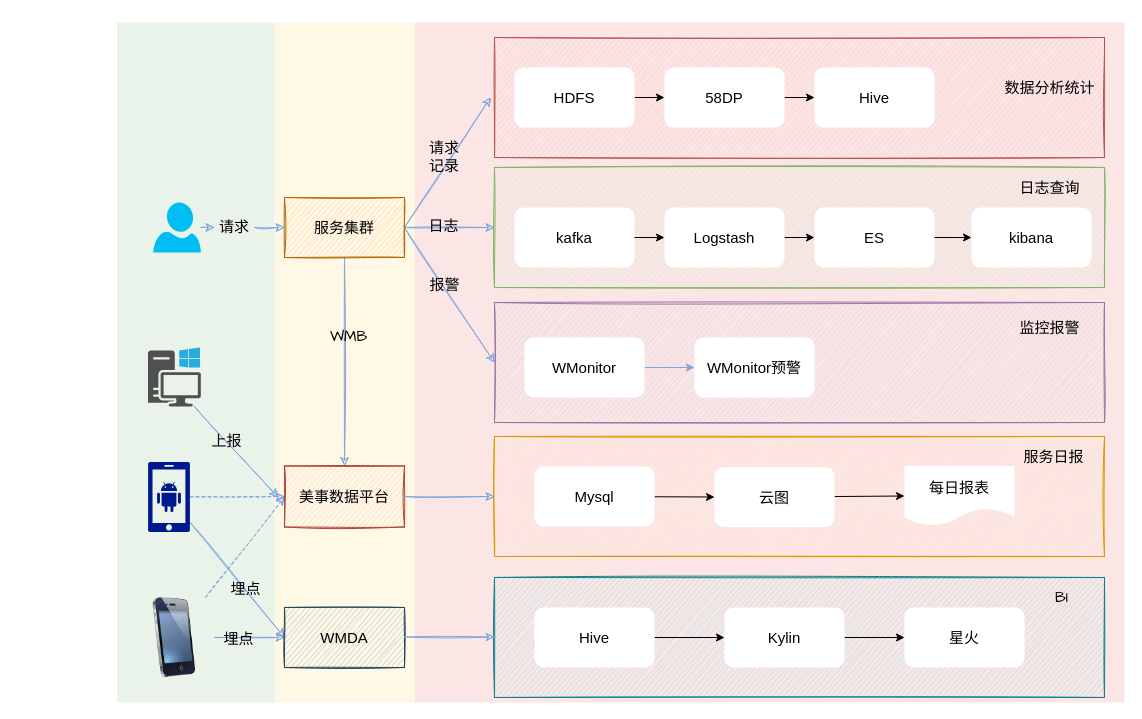
This is page "Page-2" (2 of 11) of shuzhi.drawio from nullbull/uml, a draw.io file, before an edit. Source tidied: cells renumbered, new cells numbered last; positions are measured from the earlier drawing's top-left corner, leaving out a move shared by most shapes. Both pictures are drawn from the tidied source at 100%, with x=0, y=0 at pixel (117, 22).
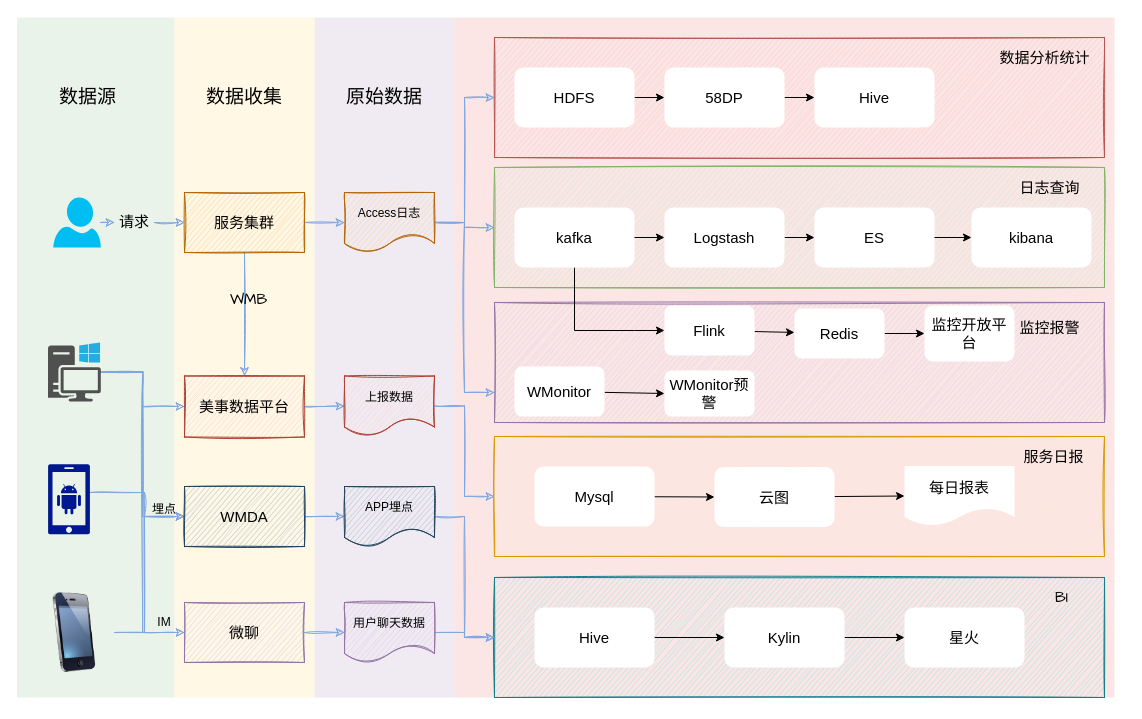
The same page after the edit.

Unchanged cells that the change refers to:
```xml
<mxCell id="5" style="rounded=0;whiteSpace=wrap;html=1;sketch=1;fillColor=#ffe6cc;strokeColor=#d79b00;fontSize=15;" parent="1" vertex="1">
  <mxGeometry x="377" y="414" width="610" height="120" as="geometry" />
</mxCell>
<mxCell id="6" style="rounded=0;whiteSpace=wrap;html=1;sketch=1;fillColor=#e1d5e7;strokeColor=#9673a6;fontSize=15;" parent="1" vertex="1">
  <mxGeometry x="377" y="280" width="610" height="120" as="geometry" />
</mxCell>
<mxCell id="7" style="rounded=0;whiteSpace=wrap;html=1;sketch=1;fillColor=#d5e8d4;strokeColor=#82b366;fontSize=15;" parent="1" vertex="1">
  <mxGeometry x="377" y="145" width="610" height="120" as="geometry" />
</mxCell>
<mxCell id="8" style="rounded=0;whiteSpace=wrap;html=1;sketch=1;strokeColor=#b85450;fillColor=#f8cecc;fontSize=15;" parent="1" vertex="1">
  <mxGeometry x="377" y="15" width="610" height="120" as="geometry" />
</mxCell>
<mxCell id="17" value="kafka" style="rounded=1;whiteSpace=wrap;html=1;fontSize=15;strokeColor=none;" parent="1" vertex="1">
  <mxGeometry x="397" y="185" width="120" height="60" as="geometry" />
</mxCell>
<mxCell id="52" style="rounded=0;whiteSpace=wrap;html=1;sketch=1;fillColor=#b0e3e6;strokeColor=#0e8088;fontSize=15;" parent="1" vertex="1">
  <mxGeometry x="377" y="555" width="610" height="120" as="geometry" />
</mxCell>
```

The edit, as a diff of the source:
```diff
@@
+    <mxCell id="68" style="rounded=0;whiteSpace=wrap;html=1;shadow=0;glass=0;sketch=0;fontFamily=Comic Sans MS;fontSize=15;fillColor=#e1d5e7;opacity=50;strokeColor=none;" parent="1" vertex="1">
+      <mxGeometry x="197" y="-5" width="140" height="680" as="geometry" />
+    </mxCell>
     <mxCell id="2" style="rounded=0;whiteSpace=wrap;html=1;shadow=0;glass=0;sketch=0;fontFamily=Comic Sans MS;fontSize=15;fillColor=#f8cecc;opacity=50;strokeColor=none;" parent="1" vertex="1">
-      <mxGeometry x="297" width="710" height="680" as="geometry" />
+      <mxGeometry x="337" y="-5" width="660" height="680" as="geometry" />
     </mxCell>
     <mxCell id="3" style="rounded=0;whiteSpace=wrap;html=1;shadow=0;glass=0;sketch=0;fontFamily=Comic Sans MS;fontSize=15;fillColor=#fff2cc;opacity=50;strokeColor=none;" parent="1" vertex="1">
-      <mxGeometry x="157" width="140" height="680" as="geometry" />
+      <mxGeometry x="57" y="-5" width="140" height="680" as="geometry" />
     </mxCell>
     <mxCell id="4" style="rounded=0;whiteSpace=wrap;html=1;shadow=0;glass=0;sketch=0;fontFamily=Comic Sans MS;fontSize=15;fillColor=#d5e8d4;opacity=50;strokeWidth=1;strokeColor=none;" parent="1" vertex="1">
-      <mxGeometry x="-0.5" width="157.5" height="680" as="geometry" />
+      <mxGeometry x="-100.5" y="-5" width="157.5" height="680" as="geometry" />
     </mxCell>
@@
-    <mxCell id="9" style="rounded=0;jettySize=auto;html=1;exitX=1;exitY=0.5;exitDx=0;exitDy=0;fontSize=15;sketch=1;strokeColor=#7EA6E0;" parent="1" edge="1" source="16">
-      <mxGeometry x="1" y="-254" relative="1" as="geometry">
-        <mxPoint x="373" y="75" as="targetPoint" />
-        <mxPoint x="12" y="-260" as="offset" />
-      </mxGeometry>
-    </mxCell>
-    <mxCell id="10" style="edgeStyle=none;rounded=0;jettySize=auto;html=1;exitX=1;exitY=0.5;exitDx=0;exitDy=0;entryX=0;entryY=0.5;entryDx=0;entryDy=0;fontSize=15;sketch=1;strokeColor=#7EA6E0;" parent="1" edge="1" source="16" target="7">
-      <mxGeometry relative="1" as="geometry" />
-    </mxCell>
-    <mxCell id="11" value="日志" style="edgeLabel;html=1;align=center;verticalAlign=middle;fontSize=15;labelBackgroundColor=none;" parent="10" vertex="1">
-      <mxGeometry x="-0.15" y="-2" relative="1" as="geometry">
-        <mxPoint y="-4.1" as="offset" />
-      </mxGeometry>
-    </mxCell>
-    <mxCell id="12" style="edgeStyle=none;rounded=0;jettySize=auto;html=1;exitX=1;exitY=0.5;exitDx=0;exitDy=0;entryX=0;entryY=0.5;entryDx=0;entryDy=0;fontSize=15;sketch=1;strokeColor=#7EA6E0;" parent="1" edge="1" source="16" target="6">
-      <mxGeometry relative="1" as="geometry" />
-    </mxCell>
-    <mxCell id="13" value="报警" style="edgeLabel;html=1;align=center;verticalAlign=middle;fontSize=15;labelBackgroundColor=none;" parent="12" vertex="1">
-      <mxGeometry x="-0.15" y="1" relative="1" as="geometry" />
-    </mxCell>
@@
+    <mxCell id="69" style="edgeStyle=orthogonalEdgeStyle;rounded=0;jettySize=auto;html=1;sketch=1;strokeColor=#7EA6E0;" parent="1" edge="1" source="16" target="79">
+      <mxGeometry relative="1" as="geometry" />
+    </mxCell>
     <mxCell id="16" value="服务集群" style="rounded=0;whiteSpace=wrap;html=1;sketch=1;shadow=0;fontSize=15;fillColor=#fad7ac;strokeColor=#b46504;" parent="1" vertex="1">
-      <mxGeometry x="167" y="175" width="120" height="60" as="geometry" />
+      <mxGeometry x="67" y="170" width="120" height="60" as="geometry" />
     </mxCell>
+    <mxCell id="70" style="rounded=0;sketch=0;jettySize=auto;html=1;entryX=0;entryY=0.5;entryDx=0;entryDy=0;exitX=0.5;exitY=1;exitDx=0;exitDy=0;" parent="1" edge="1" source="17" target="91">
+      <mxGeometry relative="1" as="geometry">
+        <Array as="points">
+          <mxPoint x="457" y="308" />
+          <mxPoint x="517" y="308" />
+        </Array>
+      </mxGeometry>
+    </mxCell>
@@
-    <mxCell id="20" style="edgeStyle=none;rounded=0;sketch=0;jettySize=auto;html=1;entryX=0;entryY=0.5;entryDx=0;entryDy=0;strokeColor=#7EA6E0;fontFamily=Comic Sans MS;fontSize=15;" parent="1" edge="1" source="21" target="27">
+    <mxCell id="20" style="edgeStyle=none;rounded=0;sketch=0;jettySize=auto;html=1;entryX=0;entryY=0.5;entryDx=0;entryDy=0;fontFamily=Comic Sans MS;fontSize=15;" parent="1" edge="1" source="21" target="27">
       <mxGeometry relative="1" as="geometry" />
     </mxCell>
     <mxCell id="21" value="WMonitor" style="rounded=1;whiteSpace=wrap;html=1;fontSize=15;strokeColor=none;" parent="1" vertex="1">
-      <mxGeometry x="407" y="315" width="120" height="60" as="geometry" />
+      <mxGeometry x="397" y="344" width="90" height="50" as="geometry" />
     </mxCell>
@@
     <mxCell id="27" value="WMonitor预警" style="rounded=1;whiteSpace=wrap;html=1;fontSize=15;strokeColor=none;" parent="1" vertex="1">
-      <mxGeometry x="577" y="315" width="120" height="60" as="geometry" />
+      <mxGeometry x="547" y="348" width="90" height="46" as="geometry" />
     </mxCell>
     <mxCell id="28" value="&lt;span style=&quot;font-size: 15px;&quot;&gt;数据分析统计&lt;/span&gt;" style="text;html=1;align=center;verticalAlign=middle;fontSize=15;" parent="1" vertex="1">
-      <mxGeometry x="877" y="55" width="110" height="20" as="geometry" />
+      <mxGeometry x="872" y="25" width="110" height="20" as="geometry" />
     </mxCell>
@@
     <mxCell id="32" style="verticalLabelPosition=bottom;html=1;verticalAlign=top;align=center;strokeColor=none;fillColor=#00BEF2;shape=mxgraph.azure.user;sketch=0;fontSize=15;" parent="1" vertex="1">
-      <mxGeometry x="35.8" y="180" width="47.5" height="50" as="geometry" />
+      <mxGeometry x="-64.2" y="175" width="47.5" height="50" as="geometry" />
     </mxCell>
@@
+    <mxCell id="71" style="edgeStyle=orthogonalEdgeStyle;rounded=0;sketch=1;jettySize=auto;html=1;entryX=0;entryY=0.5;entryDx=0;entryDy=0;strokeColor=#7EA6E0;" parent="1" edge="1" source="37" target="47">
+      <mxGeometry relative="1" as="geometry" />
+    </mxCell>
+    <mxCell id="72" style="edgeStyle=orthogonalEdgeStyle;rounded=0;sketch=1;jettySize=auto;html=1;entryX=0;entryY=0.5;entryDx=0;entryDy=0;strokeColor=#7EA6E0;" parent="1" edge="1" source="37" target="81">
+      <mxGeometry relative="1" as="geometry" />
+    </mxCell>
+    <mxCell id="73" style="edgeStyle=orthogonalEdgeStyle;rounded=0;sketch=1;jettySize=auto;html=1;entryX=0;entryY=0.5;entryDx=0;entryDy=0;strokeColor=#7EA6E0;" parent="1" edge="1" source="37" target="46">
+      <mxGeometry relative="1" as="geometry" />
+    </mxCell>
     <mxCell id="37" style="shadow=0;dashed=0;html=1;strokeColor=none;fillColor=#505050;labelPosition=center;verticalLabelPosition=bottom;verticalAlign=top;outlineConnect=0;align=center;shape=mxgraph.office.devices.workstation_pc;sketch=0;fontSize=15;" parent="1" vertex="1">
-      <mxGeometry x="30.5" y="325" width="52.8" height="59" as="geometry" />
+      <mxGeometry x="-69.5" y="320" width="52.8" height="59" as="geometry" />
     </mxCell>
-    <mxCell id="38" style="rounded=0;jettySize=auto;html=1;entryX=0;entryY=0.5;entryDx=0;entryDy=0;fontSize=15;sketch=1;strokeColor=#7EA6E0;" parent="1" edge="1" source="41" target="47">
-      <mxGeometry relative="1" as="geometry" />
+    <mxCell id="38" style="edgeStyle=orthogonalEdgeStyle;rounded=0;sketch=1;jettySize=auto;html=1;entryX=0;entryY=0.5;entryDx=0;entryDy=0;strokeColor=#7EA6E0;" parent="1" edge="1" source="41" target="47">
+      <mxGeometry relative="1" as="geometry">
+        <Array as="points">
+          <mxPoint x="27" y="470" />
+          <mxPoint x="27" y="494" />
+        </Array>
+      </mxGeometry>
     </mxCell>
-    <mxCell id="39" value="埋点" style="edgeLabel;html=1;align=center;verticalAlign=middle;fontSize=15;labelBackgroundColor=none;" parent="38" vertex="1">
-      <mxGeometry x="0.16" y="1" relative="1" as="geometry" />
-    </mxCell>
-    <mxCell id="40" style="edgeStyle=none;rounded=0;jettySize=auto;html=1;entryX=0;entryY=0.5;entryDx=0;entryDy=0;dashed=1;fontSize=15;sketch=1;strokeColor=#7EA6E0;" parent="1" edge="1" source="41" target="46">
-      <mxGeometry relative="1" as="geometry" />
-    </mxCell>
     <mxCell id="41" style="shadow=0;dashed=0;html=1;strokeColor=none;labelPosition=center;verticalLabelPosition=bottom;verticalAlign=top;align=center;fillColor=#00188D;shape=mxgraph.mscae.enterprise.android_phone;sketch=0;fontSize=15;" parent="1" vertex="1">
-      <mxGeometry x="30.5" y="439.5" width="42" height="70" as="geometry" />
+      <mxGeometry x="-69.5" y="441.8" width="42" height="70" as="geometry" />
     </mxCell>
-    <mxCell id="42" style="edgeStyle=none;rounded=0;jettySize=auto;html=1;entryX=0;entryY=0.5;entryDx=0;entryDy=0;fontSize=15;sketch=1;strokeColor=#7EA6E0;" parent="1" edge="1" source="45" target="47">
-      <mxGeometry relative="1" as="geometry" />
+    <mxCell id="42" style="edgeStyle=orthogonalEdgeStyle;rounded=0;sketch=1;jettySize=auto;html=1;entryX=0;entryY=0.5;entryDx=0;entryDy=0;strokeColor=#7EA6E0;" parent="1" edge="1" source="45" target="47">
+      <mxGeometry relative="1" as="geometry">
+        <Array as="points">
+          <mxPoint x="27" y="610" />
+          <mxPoint x="27" y="494" />
+        </Array>
+      </mxGeometry>
     </mxCell>
-    <mxCell id="43" value="埋点" style="edgeLabel;html=1;align=center;verticalAlign=middle;fontSize=15;labelBackgroundColor=none;" parent="42" vertex="1">
-      <mxGeometry x="-0.32" y="-2" relative="1" as="geometry">
-        <mxPoint y="-2" as="offset" />
-      </mxGeometry>
-    </mxCell>
-    <mxCell id="44" style="edgeStyle=none;rounded=0;jettySize=auto;html=1;entryX=0;entryY=0.5;entryDx=0;entryDy=0;dashed=1;fontSize=15;sketch=1;strokeColor=#7EA6E0;" parent="1" edge="1" source="45" target="46">
-      <mxGeometry relative="1" as="geometry" />
-    </mxCell>
     <mxCell id="45" style="image;html=1;image=img/lib/clip_art/telecommunication/iPhone_128x128.png;sketch=0;strokeColor=#000000;fontSize=15;" parent="1" vertex="1">
-      <mxGeometry x="16.9" y="575" width="80" height="80" as="geometry" />
+      <mxGeometry x="-83.1" y="570" width="80" height="80" as="geometry" />
     </mxCell>
+    <mxCell id="74" style="edgeStyle=orthogonalEdgeStyle;rounded=0;sketch=1;jettySize=auto;html=1;entryX=0;entryY=0.5;entryDx=0;entryDy=0;strokeColor=#7EA6E0;" parent="1" edge="1" source="46" target="89">
+      <mxGeometry relative="1" as="geometry" />
+    </mxCell>
     <mxCell id="46" value="美事数据平台" style="rounded=0;whiteSpace=wrap;html=1;sketch=1;strokeColor=#ae4132;shadow=0;fontSize=15;fillColor=#fad9d5;" parent="1" vertex="1">
-      <mxGeometry x="167" y="443.5" width="120" height="61" as="geometry" />
+      <mxGeometry x="67" y="353.5" width="120" height="61" as="geometry" />
     </mxCell>
+    <mxCell id="75" style="edgeStyle=orthogonalEdgeStyle;rounded=0;sketch=1;jettySize=auto;html=1;entryX=0;entryY=0.5;entryDx=0;entryDy=0;strokeColor=#7EA6E0;" parent="1" edge="1" source="47" target="85">
+      <mxGeometry relative="1" as="geometry" />
+    </mxCell>
     <mxCell id="47" value="WMDA" style="rounded=0;whiteSpace=wrap;html=1;sketch=1;strokeColor=#23445d;shadow=0;fontSize=15;fillColor=#bac8d3;" parent="1" vertex="1">
-      <mxGeometry x="167" y="585" width="120" height="60" as="geometry" />
+      <mxGeometry x="67" y="464" width="120" height="60" as="geometry" />
     </mxCell>
@@
-    <mxCell id="61" style="edgeStyle=none;rounded=0;orthogonalLoop=1;jettySize=auto;html=1;entryX=0;entryY=0.5;entryDx=0;entryDy=0;fontSize=15;sketch=1;strokeColor=#7EA6E0;" parent="1" edge="1">
-      <mxGeometry relative="1" as="geometry">
-        <mxPoint x="77" y="384" as="sourcePoint" />
-        <mxPoint x="160.7" y="474.9" as="targetPoint" />
-      </mxGeometry>
-    </mxCell>
-    <mxCell id="62" value="上报" style="edgeLabel;html=1;align=center;verticalAlign=middle;fontSize=15;labelBackgroundColor=none;" parent="61" vertex="1">
-      <mxGeometry x="-0.26" y="1" relative="1" as="geometry" />
-    </mxCell>
-    <mxCell id="63" style="edgeStyle=none;rounded=0;orthogonalLoop=1;jettySize=auto;html=1;entryX=0;entryY=0.5;entryDx=0;entryDy=0;fontSize=15;sketch=1;strokeColor=#7EA6E0;" parent="1" edge="1">
-      <mxGeometry relative="1" as="geometry">
-        <mxPoint x="287" y="614.5" as="sourcePoint" />
-        <mxPoint x="377" y="614.5" as="targetPoint" />
-      </mxGeometry>
-    </mxCell>
-    <mxCell id="64" style="edgeStyle=none;rounded=0;orthogonalLoop=1;jettySize=auto;html=1;entryX=0;entryY=0.5;entryDx=0;entryDy=0;fontSize=15;sketch=1;strokeColor=#7EA6E0;" parent="1" edge="1">
-      <mxGeometry relative="1" as="geometry">
-        <mxPoint x="287" y="474" as="sourcePoint" />
-        <mxPoint x="377" y="474" as="targetPoint" />
-      </mxGeometry>
-    </mxCell>
-    <mxCell id="65" value="请求记录" style="text;html=1;strokeColor=none;fillColor=none;align=center;verticalAlign=middle;whiteSpace=wrap;rounded=0;shadow=0;glass=0;labelBackgroundColor=none;sketch=0;fontFamily=Comic Sans MS;fontSize=15;opacity=60;" parent="1" vertex="1">
-      <mxGeometry x="307" y="125" width="40" height="20" as="geometry" />
-    </mxCell>
     <mxCell id="66" value="请求" style="text;html=1;strokeColor=none;fillColor=none;align=center;verticalAlign=middle;whiteSpace=wrap;rounded=0;shadow=0;glass=0;labelBackgroundColor=none;sketch=0;fontFamily=Comic Sans MS;fontSize=15;opacity=50;" parent="1" vertex="1">
-      <mxGeometry x="97" y="195" width="40" height="20" as="geometry" />
+      <mxGeometry x="-3" y="190" width="40" height="20" as="geometry" />
     </mxCell>
@@
+    <mxCell id="76" style="edgeStyle=orthogonalEdgeStyle;rounded=0;sketch=1;jettySize=auto;html=1;entryX=0;entryY=0.5;entryDx=0;entryDy=0;strokeColor=#7EA6E0;" parent="1" edge="1" source="79" target="8">
+      <mxGeometry relative="1" as="geometry" />
+    </mxCell>
+    <mxCell id="77" style="edgeStyle=orthogonalEdgeStyle;rounded=0;sketch=1;jettySize=auto;html=1;entryX=0;entryY=0.5;entryDx=0;entryDy=0;strokeColor=#7EA6E0;" parent="1" edge="1" source="79" target="7">
+      <mxGeometry relative="1" as="geometry" />
+    </mxCell>
+    <mxCell id="78" style="edgeStyle=orthogonalEdgeStyle;rounded=0;sketch=1;jettySize=auto;html=1;entryX=0;entryY=0.75;entryDx=0;entryDy=0;strokeColor=#7EA6E0;" parent="1" edge="1" source="79" target="6">
+      <mxGeometry relative="1" as="geometry" />
+    </mxCell>
+    <mxCell id="79" value="Access日志" style="shape=document;whiteSpace=wrap;html=1;boundedLbl=1;sketch=1;fillColor=#FAD7AC;strokeColor=#B46504;" parent="1" vertex="1">
+      <mxGeometry x="227" y="170" width="90" height="60" as="geometry" />
+    </mxCell>
+    <mxCell id="80" style="edgeStyle=orthogonalEdgeStyle;rounded=0;sketch=1;jettySize=auto;html=1;entryX=0;entryY=0.5;entryDx=0;entryDy=0;strokeColor=#7EA6E0;" parent="1" edge="1" source="81" target="87">
+      <mxGeometry relative="1" as="geometry" />
+    </mxCell>
+    <mxCell id="81" value="微聊" style="rounded=0;whiteSpace=wrap;html=1;sketch=1;strokeColor=#9673a6;shadow=0;fontSize=15;fillColor=#e1d5e7;" parent="1" vertex="1">
+      <mxGeometry x="67" y="580" width="120" height="60" as="geometry" />
+    </mxCell>
+    <mxCell id="82" value="埋点" style="text;html=1;strokeColor=none;fillColor=none;align=center;verticalAlign=middle;whiteSpace=wrap;rounded=0;sketch=0;" parent="1" vertex="1">
+      <mxGeometry x="27" y="477.2" width="40" height="20" as="geometry" />
+    </mxCell>
+    <mxCell id="83" value="IM" style="text;html=1;strokeColor=none;fillColor=none;align=center;verticalAlign=middle;whiteSpace=wrap;rounded=0;sketch=0;" parent="1" vertex="1">
+      <mxGeometry x="27" y="590" width="40" height="20" as="geometry" />
+    </mxCell>
+    <mxCell id="84" style="edgeStyle=orthogonalEdgeStyle;rounded=0;sketch=1;jettySize=auto;html=1;entryX=0;entryY=0.5;entryDx=0;entryDy=0;strokeColor=#7EA6E0;" parent="1" edge="1" source="85" target="52">
+      <mxGeometry relative="1" as="geometry" />
+    </mxCell>
+    <mxCell id="85" value="APP埋点" style="shape=document;whiteSpace=wrap;html=1;boundedLbl=1;sketch=1;fillColor=#BAC8D3;strokeColor=#23445D;" parent="1" vertex="1">
+      <mxGeometry x="227" y="464" width="90" height="60" as="geometry" />
+    </mxCell>
+    <mxCell id="86" style="edgeStyle=orthogonalEdgeStyle;rounded=0;sketch=1;jettySize=auto;html=1;strokeColor=#7EA6E0;entryX=0;entryY=0.5;entryDx=0;entryDy=0;" parent="1" edge="1" source="87" target="52">
+      <mxGeometry relative="1" as="geometry" />
+    </mxCell>
+    <mxCell id="87" value="用户聊天数据" style="shape=document;whiteSpace=wrap;html=1;boundedLbl=1;sketch=1;fillColor=#E1D5E7;strokeColor=#9673A6;" parent="1" vertex="1">
+      <mxGeometry x="227" y="580" width="90" height="60" as="geometry" />
+    </mxCell>
+    <mxCell id="88" style="edgeStyle=orthogonalEdgeStyle;rounded=0;sketch=1;jettySize=auto;html=1;entryX=0;entryY=0.5;entryDx=0;entryDy=0;strokeColor=#7EA6E0;" parent="1" edge="1" source="89" target="5">
+      <mxGeometry relative="1" as="geometry" />
+    </mxCell>
+    <mxCell id="89" value="上报数据" style="shape=document;whiteSpace=wrap;html=1;boundedLbl=1;sketch=1;fillColor=#FAD9D5;strokeColor=#AE4132;" parent="1" vertex="1">
+      <mxGeometry x="227" y="353.5" width="90" height="60" as="geometry" />
+    </mxCell>
+    <mxCell id="90" style="edgeStyle=none;rounded=0;sketch=0;jettySize=auto;html=1;strokeColor=#000000;" parent="1" edge="1" source="91" target="93">
+      <mxGeometry relative="1" as="geometry" />
+    </mxCell>
+    <mxCell id="91" value="Flink" style="rounded=1;whiteSpace=wrap;html=1;fontSize=15;strokeColor=none;" parent="1" vertex="1">
+      <mxGeometry x="547" y="283" width="90" height="50" as="geometry" />
+    </mxCell>
+    <mxCell id="92" style="edgeStyle=none;rounded=0;sketch=0;jettySize=auto;html=1;strokeColor=#000000;" parent="1" edge="1" source="93" target="94">
+      <mxGeometry relative="1" as="geometry" />
+    </mxCell>
+    <mxCell id="93" value="Redis" style="rounded=1;whiteSpace=wrap;html=1;fontSize=15;strokeColor=none;" parent="1" vertex="1">
+      <mxGeometry x="677" y="286" width="90" height="50" as="geometry" />
+    </mxCell>
+    <mxCell id="94" value="监控开放平台" style="rounded=1;whiteSpace=wrap;html=1;fontSize=15;strokeColor=none;" parent="1" vertex="1">
+      <mxGeometry x="807" y="283" width="90" height="56" as="geometry" />
+    </mxCell>
+    <mxCell id="95" value="&lt;font style=&quot;font-size: 19px&quot;&gt;数据源&lt;/font&gt;" style="text;html=1;strokeColor=none;fillColor=none;align=center;verticalAlign=middle;whiteSpace=wrap;rounded=0;sketch=1;" parent="1" vertex="1">
+      <mxGeometry x="-64.2" y="65" width="69" height="20" as="geometry" />
+    </mxCell>
+    <mxCell id="96" value="&lt;span style=&quot;font-size: 19px&quot;&gt;数据收集&lt;/span&gt;" style="text;html=1;strokeColor=none;fillColor=none;align=center;verticalAlign=middle;whiteSpace=wrap;rounded=0;sketch=1;" parent="1" vertex="1">
+      <mxGeometry x="77" y="65" width="100" height="20" as="geometry" />
+    </mxCell>
+    <mxCell id="97" value="&lt;span style=&quot;font-size: 19px&quot;&gt;原始数据&lt;/span&gt;" style="text;html=1;strokeColor=none;fillColor=none;align=center;verticalAlign=middle;whiteSpace=wrap;rounded=0;sketch=1;" parent="1" vertex="1">
+      <mxGeometry x="217" y="65" width="100" height="20" as="geometry" />
+    </mxCell>
```
